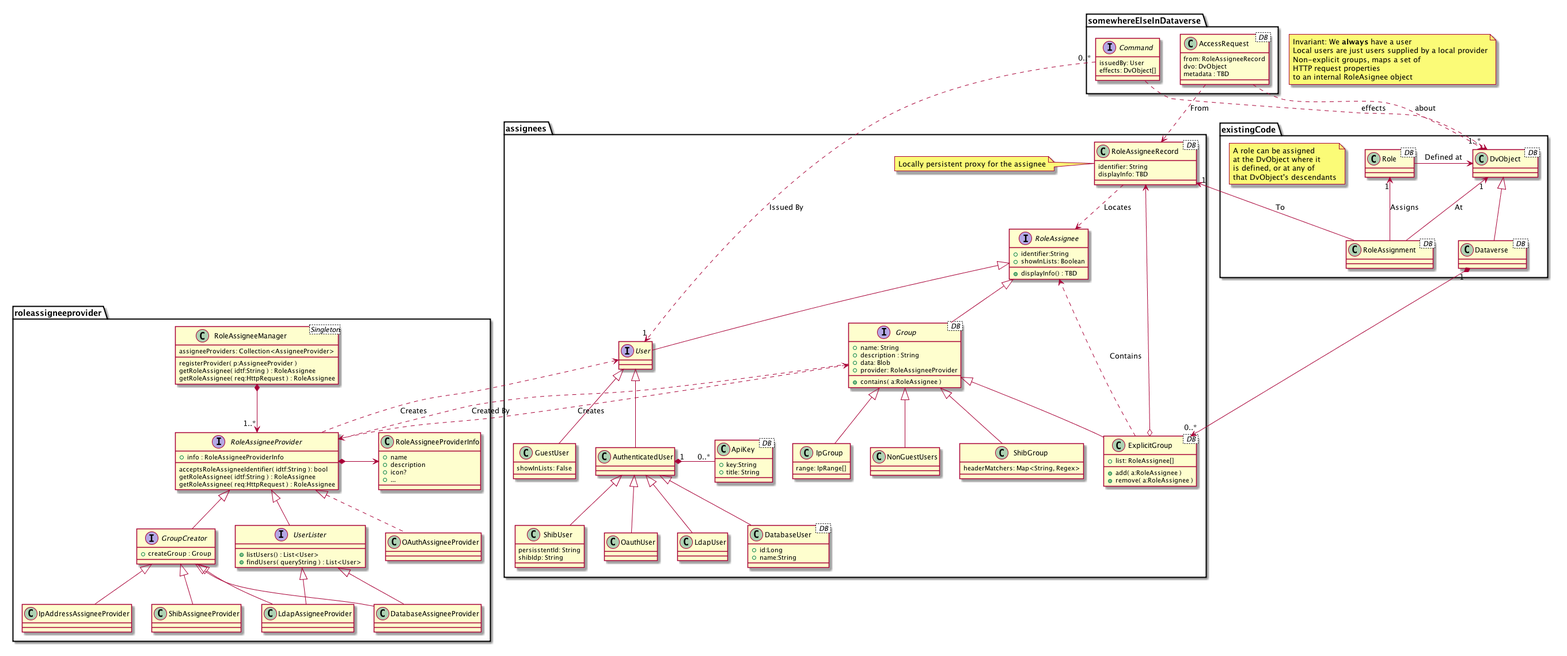
Before: doc/Architecture/UsersAndGroups.png, a diagram exported from PlantUML (IQSS/dataverse).
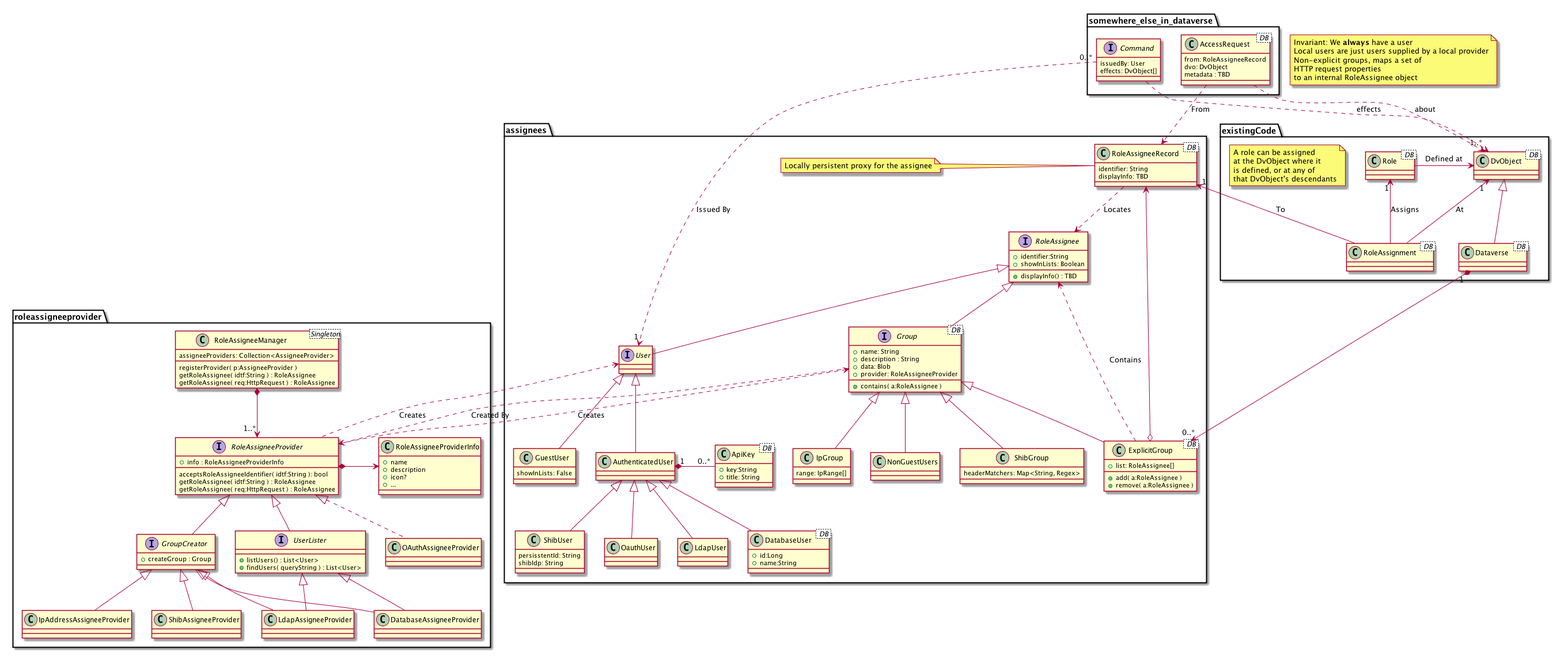
Later version of the same file.

The edit, as a diff of the source:
```diff
@@ -1,11 +1,12 @@
 @startuml
+
 
 note as n2
   Invariant: We <b>always</b> have a user
   Local users are just users supplied by a local provider
   Non-explicit groups, maps a set of
   HTTP request properties
-  to an internal RoleAsignee object
+  to an internal RoleAssignee object
 end note
 
 
@@ -180,7 +181,7 @@
 Group <.. RoleAssigneeProvider : "Creates"
 User  <.. RoleAssigneeProvider : "Creates"
 
-package somewhereElseInDataverse {
+package somewhere_else_in_dataverse {
   class AccessRequest< DB > {
     from: RoleAssigneeRecord
     dvo: DvObject
```
